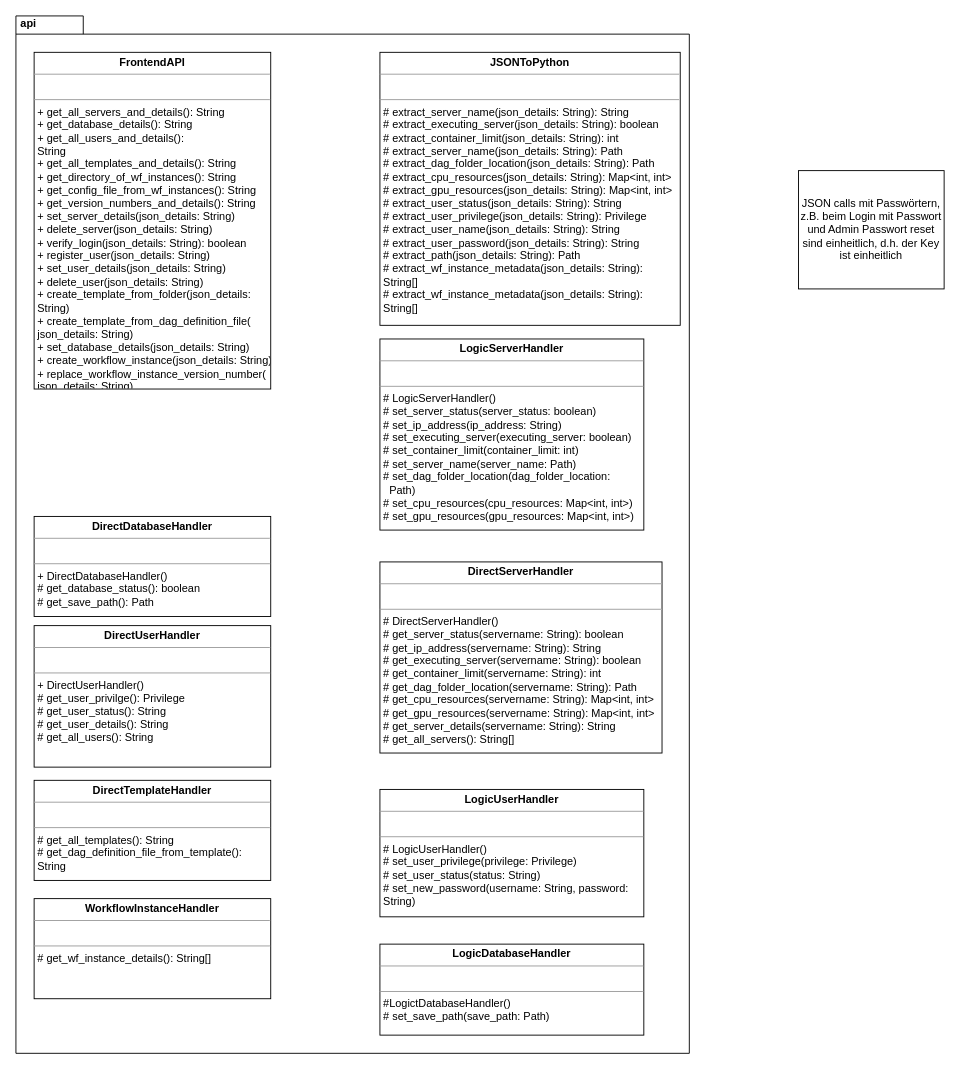
This is entwurf/api.drawio from soerenray/MatFlow, a draw.io file, before an edit. Source tidied: cells renumbered, new cells numbered last; positions are measured from the earlier drawing's top-left corner, leaving out a move shared by most shapes. Both pictures are drawn from the tidied source at 91%, with x=0, y=0 at pixel (15, 15).
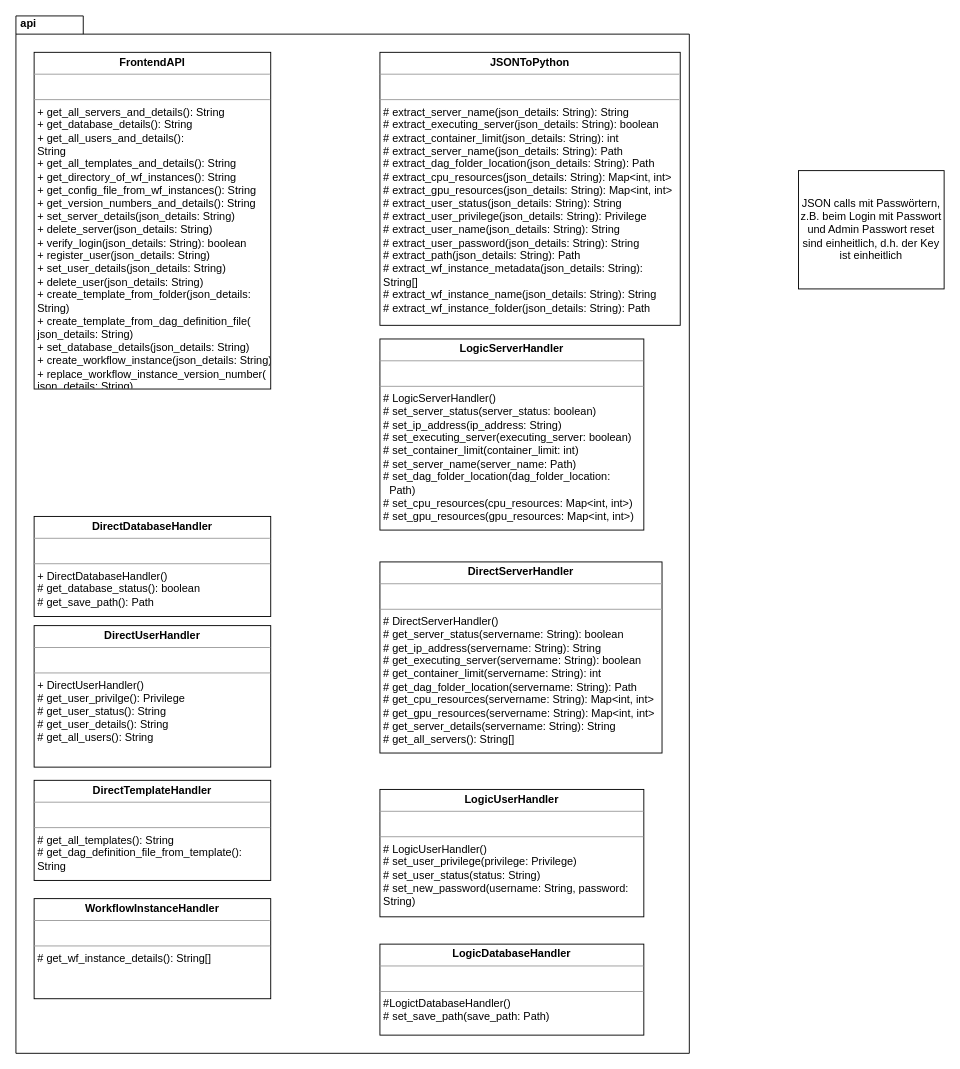
The same page after the edit.

The edit, as a diff of the source:
```diff
@@
 <mxGraphModel>
   <root>
     <mxCell id="0" />
     <mxCell id="1" parent="0" />
     <mxCell id="2" value="&amp;nbsp;api" style="shape=folder;fontStyle=1;spacingTop=-5;tabWidth=40;tabHeight=20;tabPosition=left;html=1;align=left;verticalAlign=top;" parent="1" vertex="1">
       <mxGeometry width="740" height="1140" as="geometry" />
     </mxCell>
     <mxCell id="3" value="&lt;p style=&quot;margin: 0px ; margin-top: 4px ; text-align: center&quot;&gt;&lt;b&gt;FrontendAPI&lt;/b&gt;&lt;/p&gt;&lt;hr size=&quot;1&quot;&gt;&lt;p style=&quot;margin: 0px ; margin-left: 4px&quot;&gt;&lt;br&gt;&lt;/p&gt;&lt;hr size=&quot;1&quot;&gt;&lt;p style=&quot;margin: 0px ; margin-left: 4px&quot;&gt;+ get_all_servers_and_details(): String&lt;br&gt;&lt;/p&gt;&lt;p style=&quot;margin: 0px ; margin-left: 4px&quot;&gt;+ get_database_details(): String&lt;/p&gt;&lt;p style=&quot;margin: 0px 0px 0px 4px&quot;&gt;+ get_all_users_and_details():&lt;/p&gt;&lt;p style=&quot;margin: 0px 0px 0px 4px&quot;&gt;String&lt;/p&gt;&lt;p style=&quot;margin: 0px 0px 0px 4px&quot;&gt;+ get_all_templates_and_details():&amp;nbsp;&lt;span&gt;String&lt;/span&gt;&lt;/p&gt;&lt;p style=&quot;margin: 0px 0px 0px 4px&quot;&gt;+ get_directory_of_wf_instances():&amp;nbsp;&lt;span&gt;String&lt;/span&gt;&lt;/p&gt;&lt;p style=&quot;margin: 0px 0px 0px 4px&quot;&gt;+ get_config_file_from_wf_instanc&lt;span&gt;es(): String&lt;/span&gt;&lt;/p&gt;&lt;p style=&quot;margin: 0px 0px 0px 4px&quot;&gt;+ get_version_numbers_and_deta&lt;span&gt;ils(): String&lt;/span&gt;&lt;/p&gt;&lt;p style=&quot;margin: 0px 0px 0px 4px&quot;&gt;+ set_server_details(json_details: String)&lt;span&gt;&lt;br&gt;&lt;/span&gt;&lt;/p&gt;&lt;p style=&quot;margin: 0px 0px 0px 4px&quot;&gt;+ delete_server(json_details: String)&lt;br&gt;&lt;/p&gt;&lt;p style=&quot;margin: 0px 0px 0px 4px&quot;&gt;+ verify_login(json_details: String): boolean&lt;/p&gt;&lt;p style=&quot;margin: 0px 0px 0px 4px&quot;&gt;+ register_user(json_details: String)&lt;/p&gt;&lt;p style=&quot;margin: 0px 0px 0px 4px&quot;&gt;+ set_user_details(json_details: String)&lt;br&gt;&lt;/p&gt;&lt;p style=&quot;margin: 0px 0px 0px 4px&quot;&gt;+ delete_user(json_details: String)&lt;/p&gt;&lt;p style=&quot;margin: 0px 0px 0px 4px&quot;&gt;+ create_template_from_folder(json_details:&amp;nbsp;&lt;/p&gt;&lt;p style=&quot;margin: 0px 0px 0px 4px&quot;&gt;String)&lt;/p&gt;&lt;p style=&quot;margin: 0px 0px 0px 4px&quot;&gt;+ create_template_from_dag_definition_file(&lt;/p&gt;&lt;p style=&quot;margin: 0px 0px 0px 4px&quot;&gt;json_details: String)&lt;/p&gt;&lt;p style=&quot;margin: 0px 0px 0px 4px&quot;&gt;+ set_database_details(json_details: String)&lt;/p&gt;&lt;p style=&quot;margin: 0px 0px 0px 4px&quot;&gt;+ create_workflow_instance(json_details: String)&lt;/p&gt;&lt;p style=&quot;margin: 0px 0px 0px 4px&quot;&gt;+ replace_workflow_instance_version_number(&lt;/p&gt;&lt;p style=&quot;margin: 0px 0px 0px 4px&quot;&gt;json_details: String)&lt;/p&gt;&lt;p style=&quot;margin: 0px 0px 0px 4px&quot;&gt;&lt;br&gt;&lt;/p&gt;" style="verticalAlign=top;align=left;overflow=fill;fontSize=12;fontFamily=Helvetica;html=1;" parent="1" vertex="1">
       <mxGeometry x="20" y="40" width="260" height="370" as="geometry" />
     </mxCell>
     <mxCell id="4" value="&lt;p style=&quot;margin: 0px ; margin-top: 4px ; text-align: center&quot;&gt;&lt;b&gt;DirectServerHandler&lt;/b&gt;&lt;/p&gt;&lt;hr size=&quot;1&quot;&gt;&lt;p style=&quot;margin: 0px ; margin-left: 4px&quot;&gt;&lt;br&gt;&lt;/p&gt;&lt;hr size=&quot;1&quot;&gt;&lt;p style=&quot;margin: 0px ; margin-left: 4px&quot;&gt;# DirectServerHandler()&lt;/p&gt;&lt;p style=&quot;margin: 0px ; margin-left: 4px&quot;&gt;# get_server_status(servername: String): boolean&lt;/p&gt;&lt;p style=&quot;margin: 0px ; margin-left: 4px&quot;&gt;# get_ip_address(servername: String): String&lt;/p&gt;&lt;p style=&quot;margin: 0px ; margin-left: 4px&quot;&gt;# get_executing_server(servername: String): boolean&lt;/p&gt;&lt;p style=&quot;margin: 0px ; margin-left: 4px&quot;&gt;# get_container_limit(servername: String): int&lt;/p&gt;&lt;p style=&quot;margin: 0px ; margin-left: 4px&quot;&gt;# get_dag_folder_location(servername: String): Path&lt;/p&gt;&lt;p style=&quot;margin: 0px ; margin-left: 4px&quot;&gt;# get_cpu_resources(servername: String): Map&amp;lt;int, int&amp;gt;&lt;/p&gt;&lt;p style=&quot;margin: 0px ; margin-left: 4px&quot;&gt;# get_gpu_resources(servername: String): Map&amp;lt;int, int&amp;gt;&lt;/p&gt;&lt;p style=&quot;margin: 0px ; margin-left: 4px&quot;&gt;# get_server_details(servername: String): String&lt;/p&gt;&lt;p style=&quot;margin: 0px ; margin-left: 4px&quot;&gt;# get_all_servers(): String[]&lt;/p&gt;&lt;p style=&quot;margin: 0px 0px 0px 4px&quot;&gt;&lt;br&gt;&lt;/p&gt;" style="verticalAlign=top;align=left;overflow=fill;fontSize=12;fontFamily=Helvetica;html=1;" parent="1" vertex="1">
       <mxGeometry x="400" y="600" width="310" height="210" as="geometry" />
     </mxCell>
     <mxCell id="5" value="&lt;p style=&quot;margin: 0px ; margin-top: 4px ; text-align: center&quot;&gt;&lt;b&gt;DirectDatabaseHandler&lt;/b&gt;&lt;/p&gt;&lt;hr size=&quot;1&quot;&gt;&lt;p style=&quot;margin: 0px ; margin-left: 4px&quot;&gt;&lt;br&gt;&lt;/p&gt;&lt;hr size=&quot;1&quot;&gt;&lt;p style=&quot;margin: 0px ; margin-left: 4px&quot;&gt;+ DirectDatabaseHandler()&lt;/p&gt;&lt;p style=&quot;margin: 0px ; margin-left: 4px&quot;&gt;# get_database_status(): boolean&lt;/p&gt;&lt;p style=&quot;margin: 0px ; margin-left: 4px&quot;&gt;# get_save_path(): Path&lt;/p&gt;&lt;p style=&quot;margin: 0px ; margin-left: 4px&quot;&gt;&lt;br&gt;&lt;/p&gt;" style="verticalAlign=top;align=left;overflow=fill;fontSize=12;fontFamily=Helvetica;html=1;" parent="1" vertex="1">
       <mxGeometry x="20" y="550" width="260" height="110" as="geometry" />
     </mxCell>
     <mxCell id="6" value="&lt;p style=&quot;margin: 0px ; margin-top: 4px ; text-align: center&quot;&gt;&lt;b&gt;DirectUserHandler&lt;/b&gt;&lt;/p&gt;&lt;hr size=&quot;1&quot;&gt;&lt;p style=&quot;margin: 0px ; margin-left: 4px&quot;&gt;&lt;br&gt;&lt;/p&gt;&lt;hr size=&quot;1&quot;&gt;&lt;p style=&quot;margin: 0px ; margin-left: 4px&quot;&gt;+ DirectUserHandler()&lt;/p&gt;&lt;p style=&quot;margin: 0px ; margin-left: 4px&quot;&gt;# get_user_privilge(): Privilege&lt;/p&gt;&lt;p style=&quot;margin: 0px ; margin-left: 4px&quot;&gt;# get_user_status(): String&lt;/p&gt;&lt;p style=&quot;margin: 0px ; margin-left: 4px&quot;&gt;# get_user_details(): String&lt;/p&gt;&lt;p style=&quot;margin: 0px ; margin-left: 4px&quot;&gt;# get_all_users(): String&lt;/p&gt;&lt;p style=&quot;margin: 0px ; margin-left: 4px&quot;&gt;&lt;br&gt;&lt;/p&gt;" style="verticalAlign=top;align=left;overflow=fill;fontSize=12;fontFamily=Helvetica;html=1;" parent="1" vertex="1">
       <mxGeometry x="20" y="670" width="260" height="155.5" as="geometry" />
     </mxCell>
     <mxCell id="7" value="&lt;p style=&quot;margin: 0px ; margin-top: 4px ; text-align: center&quot;&gt;&lt;b&gt;DirectTemplateHandler&lt;/b&gt;&lt;/p&gt;&lt;hr size=&quot;1&quot;&gt;&lt;p style=&quot;margin: 0px ; margin-left: 4px&quot;&gt;&lt;br&gt;&lt;/p&gt;&lt;hr size=&quot;1&quot;&gt;&lt;p style=&quot;margin: 0px ; margin-left: 4px&quot;&gt;# get_all_templates(): String&lt;/p&gt;&lt;p style=&quot;margin: 0px ; margin-left: 4px&quot;&gt;# get_dag_definition_file_from_te&lt;span&gt;mplate():&amp;nbsp;&lt;/span&gt;&lt;/p&gt;&lt;p style=&quot;margin: 0px ; margin-left: 4px&quot;&gt;&lt;span&gt;String&lt;/span&gt;&lt;/p&gt;&lt;p style=&quot;margin: 0px ; margin-left: 4px&quot;&gt;&lt;br&gt;&lt;/p&gt;" style="verticalAlign=top;align=left;overflow=fill;fontSize=12;fontFamily=Helvetica;html=1;" parent="1" vertex="1">
       <mxGeometry x="20" y="840" width="260" height="110" as="geometry" />
     </mxCell>
     <mxCell id="8" value="&lt;p style=&quot;margin: 0px ; margin-top: 4px ; text-align: center&quot;&gt;&lt;b&gt;WorkflowInstanceHandler&lt;/b&gt;&lt;/p&gt;&lt;hr size=&quot;1&quot;&gt;&lt;p style=&quot;margin: 0px ; margin-left: 4px&quot;&gt;&lt;br&gt;&lt;/p&gt;&lt;hr size=&quot;1&quot;&gt;&lt;p style=&quot;margin: 0px ; margin-left: 4px&quot;&gt;&lt;span&gt;# get_wf_instance_details(): String[]&lt;/span&gt;&lt;br&gt;&lt;/p&gt;" style="verticalAlign=top;align=left;overflow=fill;fontSize=12;fontFamily=Helvetica;html=1;" parent="1" vertex="1">
       <mxGeometry x="20" y="970" width="260" height="110" as="geometry" />
     </mxCell>
     <mxCell id="9" value="&lt;p style=&quot;margin: 0px ; margin-top: 4px ; text-align: center&quot;&gt;&lt;b&gt;LogicServerHandler&lt;/b&gt;&lt;/p&gt;&lt;hr size=&quot;1&quot;&gt;&lt;p style=&quot;margin: 0px ; margin-left: 4px&quot;&gt;&lt;br&gt;&lt;/p&gt;&lt;hr size=&quot;1&quot;&gt;&lt;p style=&quot;margin: 0px ; margin-left: 4px&quot;&gt;# LogicServerHandler()&lt;/p&gt;&lt;p style=&quot;margin: 0px ; margin-left: 4px&quot;&gt;# set_server_status(server_status: boolean)&lt;/p&gt;&lt;p style=&quot;margin: 0px ; margin-left: 4px&quot;&gt;# set_ip_address(ip_address: String)&lt;/p&gt;&lt;p style=&quot;margin: 0px ; margin-left: 4px&quot;&gt;# set_executing_server(executing_server: boolean)&lt;/p&gt;&lt;p style=&quot;margin: 0px ; margin-left: 4px&quot;&gt;# set_container_limit(container_limit: int)&lt;/p&gt;&lt;p style=&quot;margin: 0px ; margin-left: 4px&quot;&gt;# set_server_name(server_name: Path)&lt;/p&gt;&lt;p style=&quot;margin: 0px ; margin-left: 4px&quot;&gt;# set_dag_folder_location(dag_folder_location:&amp;nbsp;&lt;/p&gt;&lt;p style=&quot;margin: 0px ; margin-left: 4px&quot;&gt;&lt;span&gt;&amp;nbsp; &lt;/span&gt;Path)&lt;/p&gt;&lt;p style=&quot;margin: 0px ; margin-left: 4px&quot;&gt;# set_cpu_resources(cpu_resources: Map&amp;lt;int, int&amp;gt;)&lt;/p&gt;&lt;p style=&quot;margin: 0px ; margin-left: 4px&quot;&gt;# set_gpu_resources(gpu_resources: Map&amp;lt;int, int&amp;gt;)&lt;/p&gt;&lt;p style=&quot;margin: 0px ; margin-left: 4px&quot;&gt;&lt;br&gt;&lt;/p&gt;&lt;p style=&quot;margin: 0px ; margin-left: 4px&quot;&gt;&lt;br&gt;&lt;/p&gt;" style="verticalAlign=top;align=left;overflow=fill;fontSize=12;fontFamily=Helvetica;html=1;" parent="1" vertex="1">
       <mxGeometry x="400" y="355" width="290" height="210" as="geometry" />
     </mxCell>
     <mxCell id="10" value="&lt;p style=&quot;margin: 0px ; margin-top: 4px ; text-align: center&quot;&gt;&lt;b&gt;LogicUserHandler&lt;/b&gt;&lt;/p&gt;&lt;hr size=&quot;1&quot;&gt;&lt;p style=&quot;margin: 0px ; margin-left: 4px&quot;&gt;&lt;br&gt;&lt;/p&gt;&lt;hr size=&quot;1&quot;&gt;&lt;p style=&quot;margin: 0px ; margin-left: 4px&quot;&gt;# LogicUserHandler()&lt;/p&gt;&lt;p style=&quot;margin: 0px ; margin-left: 4px&quot;&gt;# set_user_privilege(privilege: Privilege)&lt;/p&gt;&lt;p style=&quot;margin: 0px ; margin-left: 4px&quot;&gt;# set_user_status(status: String)&lt;/p&gt;&lt;p style=&quot;margin: 0px 0px 0px 4px&quot;&gt;# set_new_password(username: String, password:&lt;/p&gt;&lt;p style=&quot;margin: 0px 0px 0px 4px&quot;&gt;String)&lt;/p&gt;&lt;p style=&quot;margin: 0px ; margin-left: 4px&quot;&gt;&lt;br&gt;&lt;/p&gt;" style="verticalAlign=top;align=left;overflow=fill;fontSize=12;fontFamily=Helvetica;html=1;" parent="1" vertex="1">
       <mxGeometry x="400" y="850" width="290" height="140" as="geometry" />
     </mxCell>
     <mxCell id="11" value="&lt;p style=&quot;margin: 0px ; margin-top: 4px ; text-align: center&quot;&gt;&lt;b&gt;LogicDatabaseHandler&lt;/b&gt;&lt;/p&gt;&lt;hr size=&quot;1&quot;&gt;&lt;p style=&quot;margin: 0px ; margin-left: 4px&quot;&gt;&lt;br&gt;&lt;/p&gt;&lt;hr size=&quot;1&quot;&gt;&lt;p style=&quot;margin: 0px ; margin-left: 4px&quot;&gt;#LogictDatabaseHandler()&lt;/p&gt;&lt;p style=&quot;margin: 0px ; margin-left: 4px&quot;&gt;# set_save_path(save_path: Path)&lt;/p&gt;" style="verticalAlign=top;align=left;overflow=fill;fontSize=12;fontFamily=Helvetica;html=1;" parent="1" vertex="1">
       <mxGeometry x="400" y="1020" width="290" height="100" as="geometry" />
     </mxCell>
-    <mxCell id="12" value="&lt;p style=&quot;margin: 0px ; margin-top: 4px ; text-align: center&quot;&gt;&lt;b&gt;JSONToPython&lt;/b&gt;&lt;/p&gt;&lt;hr size=&quot;1&quot;&gt;&lt;p style=&quot;margin: 0px ; margin-left: 4px&quot;&gt;&lt;br&gt;&lt;/p&gt;&lt;hr size=&quot;1&quot;&gt;&lt;p style=&quot;margin: 0px ; margin-left: 4px&quot;&gt;&lt;span&gt;# extract_server_name(json_details: String): String&lt;/span&gt;&lt;/p&gt;&lt;p style=&quot;margin: 0px ; margin-left: 4px&quot;&gt;&lt;span&gt;# extract_executing_server(json_details: String): boolean&lt;/span&gt;&lt;br&gt;&lt;/p&gt;&lt;p style=&quot;margin: 0px ; margin-left: 4px&quot;&gt;# extract_container_limit(json_details: String): int&lt;/p&gt;&lt;p style=&quot;margin: 0px ; margin-left: 4px&quot;&gt;# extract_server_name(json_details: String): Path&lt;/p&gt;&lt;p style=&quot;margin: 0px ; margin-left: 4px&quot;&gt;# extract_dag_folder_location(json_details: String): Path&lt;/p&gt;&lt;p style=&quot;margin: 0px ; margin-left: 4px&quot;&gt;# extract_cpu_resources(json_details: String): Map&amp;lt;int, int&amp;gt;&lt;br&gt;&lt;/p&gt;&lt;p style=&quot;margin: 0px ; margin-left: 4px&quot;&gt;# extract_gpu_resources(json_details: String): Map&amp;lt;int, int&amp;gt;&lt;/p&gt;&lt;p style=&quot;margin: 0px ; margin-left: 4px&quot;&gt;# extract_user_status(json_details: String): String&lt;/p&gt;&lt;p style=&quot;margin: 0px ; margin-left: 4px&quot;&gt;# extract_user_privilege(json_details: String): Privilege&lt;/p&gt;&lt;p style=&quot;margin: 0px ; margin-left: 4px&quot;&gt;# extract_user_name(json_details: String): String&lt;/p&gt;&lt;p style=&quot;margin: 0px ; margin-left: 4px&quot;&gt;# extract_user_password(json_details: String): String&lt;/p&gt;&lt;p style=&quot;margin: 0px ; margin-left: 4px&quot;&gt;# extract_path(json_details: String): Path&lt;/p&gt;&lt;p style=&quot;margin: 0px ; margin-left: 4px&quot;&gt;# extract_wf_instance_metadata(json_details: String):&amp;nbsp;&lt;/p&gt;&lt;p style=&quot;margin: 0px ; margin-left: 4px&quot;&gt;String[]&lt;/p&gt;&lt;p style=&quot;margin: 0px ; margin-left: 4px&quot;&gt;# extract_wf_instance_metadata(json_details: String):&amp;nbsp;&lt;/p&gt;&lt;p style=&quot;margin: 0px ; margin-left: 4px&quot;&gt;String[]&lt;/p&gt;&lt;p style=&quot;margin: 0px ; margin-left: 4px&quot;&gt;&lt;br&gt;&lt;/p&gt;" style="verticalAlign=top;align=left;overflow=fill;fontSize=12;fontFamily=Helvetica;html=1;" parent="1" vertex="1">
+    <mxCell id="12" value="&lt;p style=&quot;margin: 0px ; margin-top: 4px ; text-align: center&quot;&gt;&lt;b&gt;JSONToPython&lt;/b&gt;&lt;/p&gt;&lt;hr size=&quot;1&quot;&gt;&lt;p style=&quot;margin: 0px ; margin-left: 4px&quot;&gt;&lt;br&gt;&lt;/p&gt;&lt;hr size=&quot;1&quot;&gt;&lt;p style=&quot;margin: 0px ; margin-left: 4px&quot;&gt;&lt;span&gt;# extract_server_name(json_details: String): String&lt;/span&gt;&lt;/p&gt;&lt;p style=&quot;margin: 0px ; margin-left: 4px&quot;&gt;&lt;span&gt;# extract_executing_server(json_details: String): boolean&lt;/span&gt;&lt;br&gt;&lt;/p&gt;&lt;p style=&quot;margin: 0px ; margin-left: 4px&quot;&gt;# extract_container_limit(json_details: String): int&lt;/p&gt;&lt;p style=&quot;margin: 0px ; margin-left: 4px&quot;&gt;# extract_server_name(json_details: String): Path&lt;/p&gt;&lt;p style=&quot;margin: 0px ; margin-left: 4px&quot;&gt;# extract_dag_folder_location(json_details: String): Path&lt;/p&gt;&lt;p style=&quot;margin: 0px ; margin-left: 4px&quot;&gt;# extract_cpu_resources(json_details: String): Map&amp;lt;int, int&amp;gt;&lt;br&gt;&lt;/p&gt;&lt;p style=&quot;margin: 0px ; margin-left: 4px&quot;&gt;# extract_gpu_resources(json_details: String): Map&amp;lt;int, int&amp;gt;&lt;/p&gt;&lt;p style=&quot;margin: 0px ; margin-left: 4px&quot;&gt;# extract_user_status(json_details: String): String&lt;/p&gt;&lt;p style=&quot;margin: 0px ; margin-left: 4px&quot;&gt;# extract_user_privilege(json_details: String): Privilege&lt;/p&gt;&lt;p style=&quot;margin: 0px ; margin-left: 4px&quot;&gt;# extract_user_name(json_details: String): String&lt;/p&gt;&lt;p style=&quot;margin: 0px ; margin-left: 4px&quot;&gt;# extract_user_password(json_details: String): String&lt;/p&gt;&lt;p style=&quot;margin: 0px ; margin-left: 4px&quot;&gt;# extract_path(json_details: String): Path&lt;/p&gt;&lt;p style=&quot;margin: 0px ; margin-left: 4px&quot;&gt;# extract_wf_instance_metadata(json_details: String):&amp;nbsp;&lt;/p&gt;&lt;p style=&quot;margin: 0px ; margin-left: 4px&quot;&gt;String[]&lt;/p&gt;&lt;p style=&quot;margin: 0px ; margin-left: 4px&quot;&gt;# extract_wf_instance_name(json_details: String): String&lt;/p&gt;&lt;p style=&quot;margin: 0px ; margin-left: 4px&quot;&gt;# extract_wf_instance_folder(json_details: String): Path&lt;/p&gt;&lt;p style=&quot;margin: 0px ; margin-left: 4px&quot;&gt;&lt;br&gt;&lt;/p&gt;" style="verticalAlign=top;align=left;overflow=fill;fontSize=12;fontFamily=Helvetica;html=1;" parent="1" vertex="1">
       <mxGeometry x="400" y="40" width="330" height="300" as="geometry" />
     </mxCell>
     <mxCell id="13" value="JSON calls mit Passwörtern, z.B. beim Login mit Passwort und Admin Passwort reset sind einheitlich, d.h. der Key ist einheitlich" style="rounded=0;whiteSpace=wrap;html=1;" parent="1" vertex="1">
       <mxGeometry x="860" y="170" width="160" height="130" as="geometry" />
     </mxCell>
   </root>
 </mxGraphModel>
```
